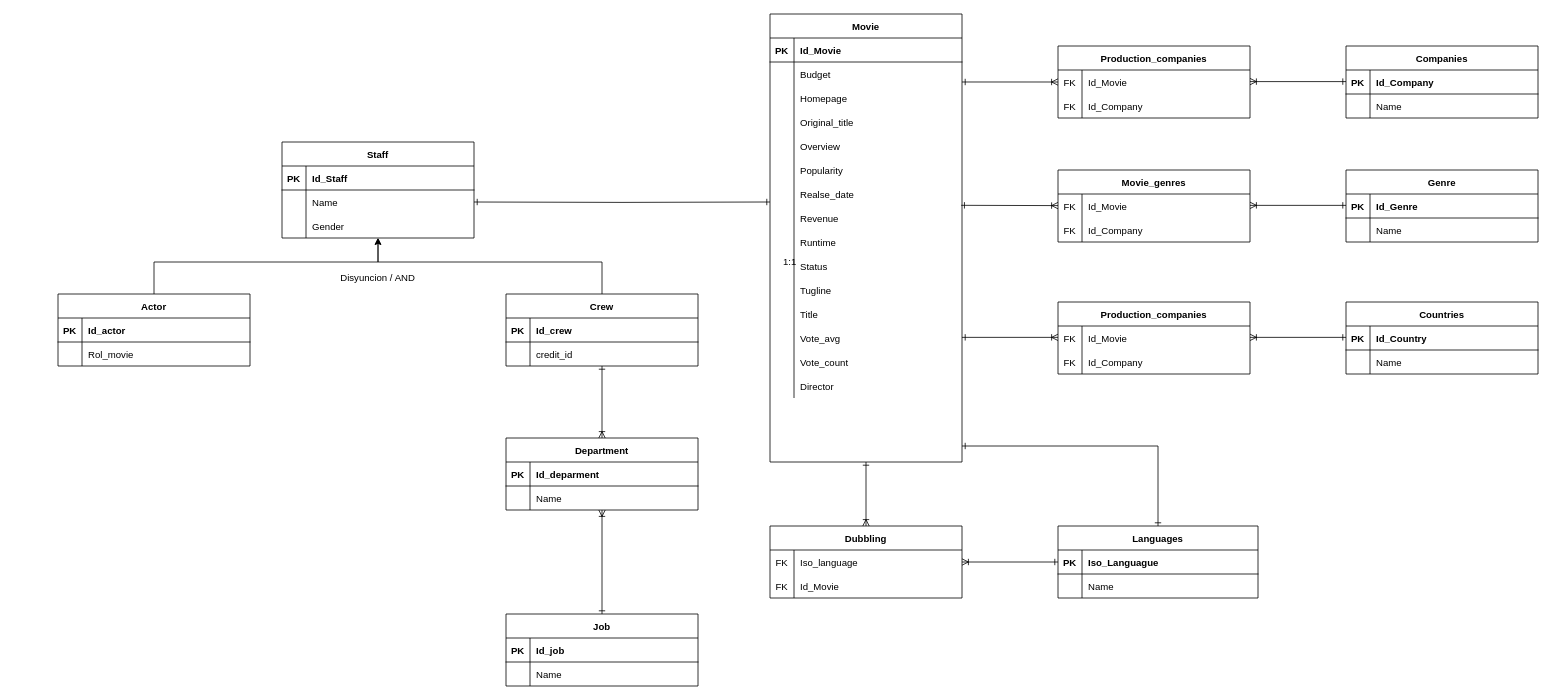
The draw.io diagram Modelo Logico.drawio in rubenjz/Base-de-Datos, before the edit. Source tidied: cells renumbered, new cells numbered last; positions are measured from the earlier drawing's top-left corner, leaving out a move shared by most shapes. Both pictures are drawn from the tidied source at 80%, with x=0, y=0 at pixel (58, 14).
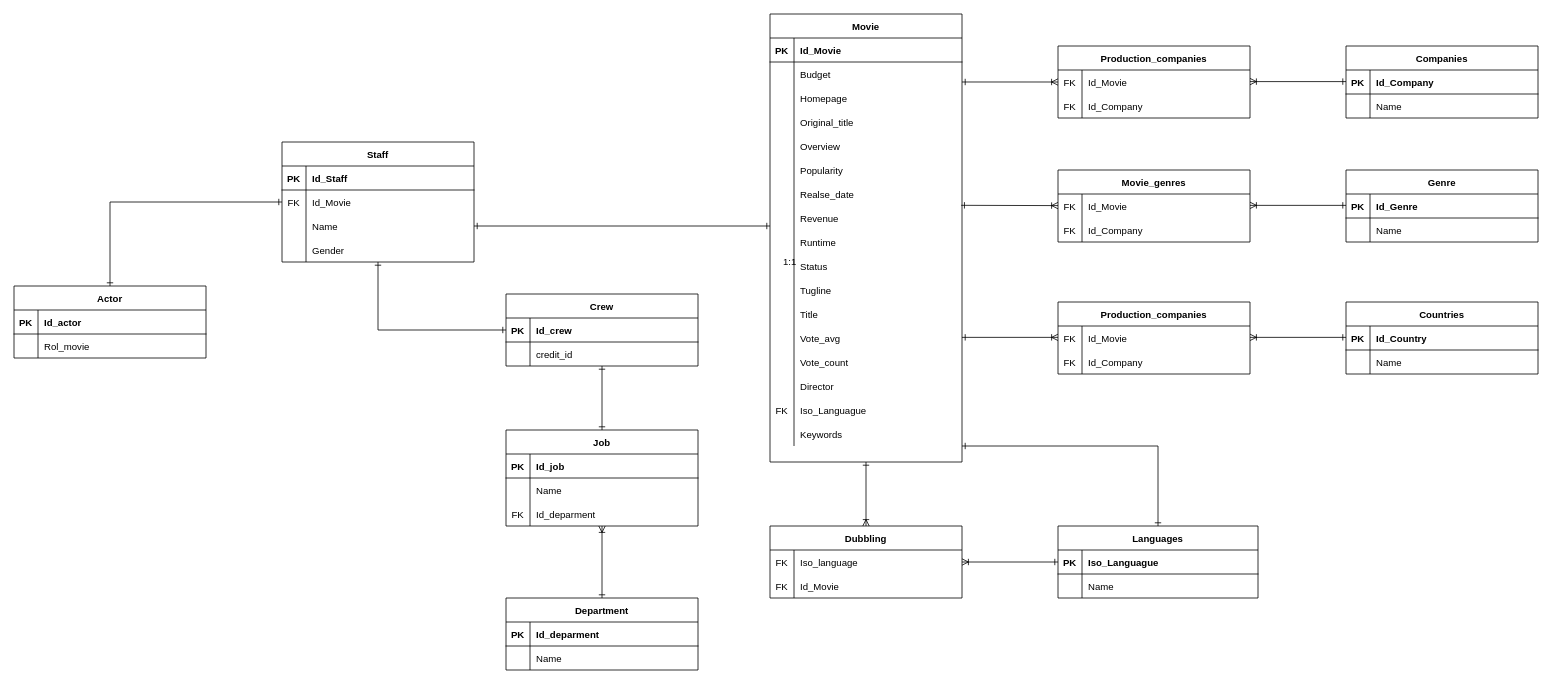
The same diagram, later.

Unchanged cells that the change refers to:
```xml
<mxCell id="2" value="Movie" style="shape=table;startSize=30;childLayout=tableLayout;rowLines=0;fontStyle=1;align=center;" parent="1" vertex="1">
  <mxGeometry x="890" width="240" height="560" as="geometry" />
</mxCell>
<mxCell id="133" value="Crew" style="shape=table;startSize=30;childLayout=tableLayout;rowLines=0;fontStyle=1;align=center;" parent="1" vertex="1">
  <mxGeometry x="560" y="350" width="240" height="90" as="geometry" />
</mxCell>
```

What changed in the source:
```diff
@@
+    <mxCell id="158" style="shape=partialRectangle;fillColor=none;top=0;left=0;right=0;bottom=0;" parent="2" vertex="1">
+      <mxGeometry y="480" width="240" height="30" as="geometry" />
+    </mxCell>
+    <mxCell id="159" value="FK" style="shape=partialRectangle;overflow=hidden;fillColor=none;top=0;left=0;bottom=0;right=0;" parent="158" vertex="1">
+      <mxGeometry width="30" height="30" as="geometry" />
+    </mxCell>
+    <mxCell id="160" value="Iso_Languague" style="shape=partialRectangle;overflow=hidden;fillColor=none;top=0;left=0;bottom=0;right=0;align=left;spacingLeft=6;" parent="158" vertex="1">
+      <mxGeometry x="30" width="210" height="30" as="geometry" />
+    </mxCell>
+    <mxCell id="161" style="shape=partialRectangle;fillColor=none;top=0;left=0;right=0;bottom=0;" parent="2" vertex="1">
+      <mxGeometry y="510" width="240" height="30" as="geometry" />
+    </mxCell>
+    <mxCell id="162" style="shape=partialRectangle;overflow=hidden;fillColor=none;top=0;left=0;bottom=0;right=0;" parent="161" vertex="1">
+      <mxGeometry width="30" height="30" as="geometry" />
+    </mxCell>
+    <mxCell id="163" value="Keywords" style="shape=partialRectangle;overflow=hidden;fillColor=none;top=0;left=0;bottom=0;right=0;align=left;spacingLeft=6;" parent="161" vertex="1">
+      <mxGeometry x="30" width="210" height="30" as="geometry" />
+    </mxCell>
@@
     <mxCell id="113" value="Staff" style="shape=table;startSize=30;childLayout=tableLayout;rowLines=0;fontStyle=1;align=center;" parent="1" vertex="1">
-      <mxGeometry x="280" y="160" width="240" height="120" as="geometry" />
+      <mxGeometry x="280" y="160" width="240" height="150" as="geometry" />
     </mxCell>
@@
+    <mxCell id="164" style="shape=partialRectangle;fillColor=none;top=0;left=0;right=0;bottom=0;" parent="113" vertex="1">
+      <mxGeometry y="60" width="240" height="30" as="geometry" />
+    </mxCell>
+    <mxCell id="165" value="FK" style="shape=partialRectangle;overflow=hidden;fillColor=none;top=0;left=0;bottom=0;right=0;" parent="164" vertex="1">
+      <mxGeometry width="30" height="30" as="geometry" />
+    </mxCell>
+    <mxCell id="166" value="Id_Movie" style="shape=partialRectangle;overflow=hidden;fillColor=none;top=0;left=0;bottom=0;right=0;align=left;spacingLeft=6;" parent="164" vertex="1">
+      <mxGeometry x="30" width="210" height="30" as="geometry" />
+    </mxCell>
     <mxCell id="117" style="shape=partialRectangle;fillColor=none;points=[[0,0.5],[1,0.5]];portConstraint=eastwest;top=0;left=0;right=0;bottom=0;" parent="113" vertex="1">
-      <mxGeometry y="60" width="240" height="30" as="geometry" />
+      <mxGeometry y="90" width="240" height="30" as="geometry" />
     </mxCell>
@@
     <mxCell id="120" style="shape=partialRectangle;fillColor=none;top=0;left=0;right=0;bottom=0;" parent="113" vertex="1">
-      <mxGeometry y="90" width="240" height="30" as="geometry" />
+      <mxGeometry y="120" width="240" height="30" as="geometry" />
     </mxCell>
@@
-    <mxCell id="123" style="edgeStyle=orthogonalEdgeStyle;rounded=0;jettySize=auto;html=1;endArrow=ERone;endFill=0;startArrow=ERone;startFill=0;" parent="1" edge="1" target="117">
+    <mxCell id="123" style="edgeStyle=orthogonalEdgeStyle;rounded=0;jettySize=auto;html=1;endArrow=ERone;endFill=0;startArrow=ERone;startFill=0;" parent="1" edge="1" source="2" target="117">
       <mxGeometry relative="1" as="geometry">
-        <mxPoint x="890" y="235" as="sourcePoint" />
+        <Array as="points">
+          <mxPoint x="800" y="265" />
+          <mxPoint x="800" y="265" />
+        </Array>
       </mxGeometry>
     </mxCell>
     <mxCell id="124" value="Actor" style="shape=table;startSize=30;childLayout=tableLayout;rowLines=0;fontStyle=1;align=center;" parent="1" vertex="1">
-      <mxGeometry y="350" width="240" height="90" as="geometry" />
+      <mxGeometry x="-55" y="340" width="240" height="90" as="geometry" />
     </mxCell>
@@
-    <mxCell id="131" style="edgeStyle=orthogonalEdgeStyle;rounded=0;jettySize=auto;html=1;" parent="1" edge="1" source="133" target="113">
-      <mxGeometry relative="1" as="geometry">
-        <Array as="points">
-          <mxPoint x="680" y="310" />
-          <mxPoint x="400" y="310" />
-        </Array>
-      </mxGeometry>
-    </mxCell>
-    <mxCell id="132" style="edgeStyle=orthogonalEdgeStyle;rounded=0;jettySize=auto;html=1;startArrow=ERone;startFill=0;endArrow=ERoneToMany;endFill=0;" parent="1" edge="1" source="133" target="142">
+    <mxCell id="132" style="edgeStyle=orthogonalEdgeStyle;rounded=0;jettySize=auto;html=1;startArrow=ERoneToMany;startFill=0;endArrow=ERone;endFill=0;" parent="1" edge="1" source="149" target="142">
       <mxGeometry relative="1" as="geometry" />
     </mxCell>
@@
-    <mxCell id="140" style="edgeStyle=orthogonalEdgeStyle;rounded=0;jettySize=auto;html=1;entryX=0.5;entryY=1;entryDx=0;entryDy=0;exitX=0.5;exitY=0;exitDx=0;exitDy=0;" parent="1" edge="1" target="113">
-      <mxGeometry relative="1" as="geometry">
-        <mxPoint x="120" y="350" as="sourcePoint" />
-        <Array as="points">
-          <mxPoint x="120" y="310" />
-          <mxPoint x="400" y="310" />
-        </Array>
-      </mxGeometry>
-    </mxCell>
-    <mxCell id="141" style="edgeStyle=orthogonalEdgeStyle;rounded=0;jettySize=auto;html=1;startArrow=ERoneToMany;startFill=0;endArrow=ERone;endFill=0;" parent="1" edge="1" source="142" target="149">
-      <mxGeometry relative="1" as="geometry" />
-    </mxCell>
     <mxCell id="142" value="Department" style="shape=table;startSize=30;childLayout=tableLayout;rowLines=0;fontStyle=1;align=center;" parent="1" vertex="1">
-      <mxGeometry x="560" y="530" width="240" height="90" as="geometry" />
+      <mxGeometry x="560" y="730" width="240" height="90" as="geometry" />
     </mxCell>
@@
     <mxCell id="149" value="Job" style="shape=table;startSize=30;childLayout=tableLayout;rowLines=0;fontStyle=1;align=center;" parent="1" vertex="1">
-      <mxGeometry x="560" y="750" width="240" height="90" as="geometry" />
+      <mxGeometry x="560" y="520" width="240" height="120" as="geometry" />
     </mxCell>
@@
+    <mxCell id="167" style="shape=partialRectangle;fillColor=none;top=0;left=0;right=0;bottom=0;" parent="149" vertex="1">
+      <mxGeometry y="90" width="240" height="30" as="geometry" />
+    </mxCell>
+    <mxCell id="168" value="FK" style="shape=partialRectangle;overflow=hidden;fillColor=none;top=0;left=0;bottom=0;right=0;" parent="167" vertex="1">
+      <mxGeometry width="30" height="30" as="geometry" />
+    </mxCell>
+    <mxCell id="169" value="Id_deparment" style="shape=partialRectangle;overflow=hidden;fillColor=none;top=0;left=0;bottom=0;right=0;align=left;spacingLeft=6;" parent="167" vertex="1">
+      <mxGeometry x="30" width="210" height="30" as="geometry" />
+    </mxCell>
@@
-    <mxCell id="157" value="Disyuncion / AND" style="text;strokeColor=none;align=center;fillColor=none;html=1;verticalAlign=middle;whiteSpace=wrap;rounded=0;" parent="1" vertex="1">
-      <mxGeometry x="320" y="320" width="160" height="20" as="geometry" />
-    </mxCell>
+    <mxCell id="170" style="edgeStyle=orthogonalEdgeStyle;rounded=0;jettySize=auto;html=1;startArrow=ERone;startFill=0;endArrow=ERone;endFill=0;" parent="1" edge="1" source="133" target="149">
+      <mxGeometry relative="1" as="geometry" />
+    </mxCell>
+    <mxCell id="171" style="edgeStyle=orthogonalEdgeStyle;rounded=0;jettySize=auto;html=1;startArrow=ERone;startFill=0;endArrow=ERone;endFill=0;" parent="1" edge="1" source="113" target="124">
+      <mxGeometry relative="1" as="geometry" />
+    </mxCell>
+    <mxCell id="172" style="edgeStyle=orthogonalEdgeStyle;rounded=0;jettySize=auto;html=1;startArrow=ERone;startFill=0;endArrow=ERone;endFill=0;" parent="1" edge="1" source="113" target="133">
+      <mxGeometry relative="1" as="geometry">
+        <Array as="points">
+          <mxPoint x="400" y="395" />
+        </Array>
+      </mxGeometry>
+    </mxCell>
```
